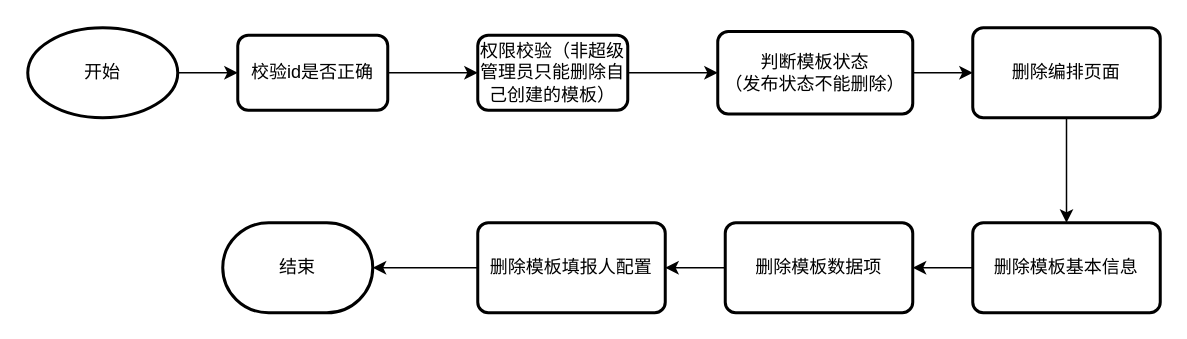
Earlier version of the draw.io diagram 数据填报-删除模板.drawio (weiqingping/dw). Source tidied: cells renumbered, new cells numbered last; positions are measured from the earlier drawing's top-left corner, leaving out a move shared by most shapes. Both pictures are drawn from the tidied source at 150%, with x=0, y=0 at pixel (27, 27).
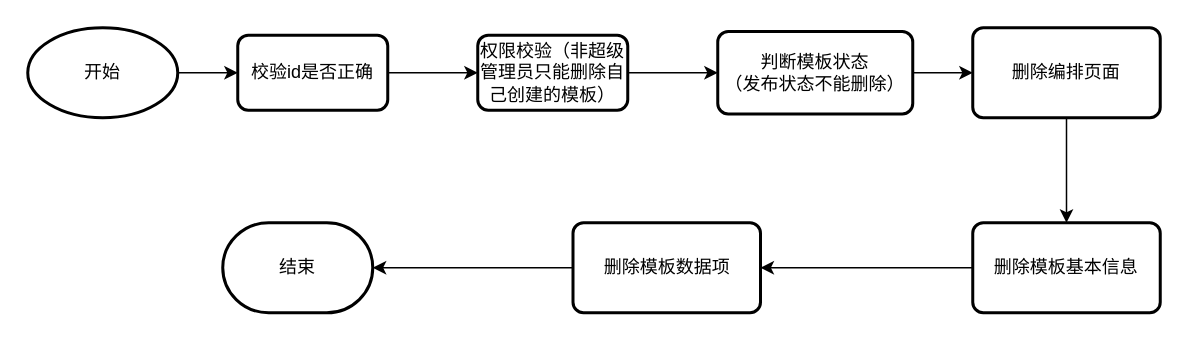
The same diagram, later.

Commit message:
更新数据填报-删除模板.drawio

Diff of the diagram source:
```diff
@@
 <mxGraphModel>
   <root>
     <mxCell id="0" />
     <mxCell id="1" parent="0" />
     <mxCell id="2" style="edgeStyle=orthogonalEdgeStyle;rounded=0;jettySize=auto;html=1;" parent="1" edge="1" source="3" target="5">
       <mxGeometry relative="1" as="geometry" />
     </mxCell>
     <mxCell id="3" value="开始" style="strokeWidth=2;html=1;shape=mxgraph.flowchart.start_1;whiteSpace=wrap;" parent="1" vertex="1">
       <mxGeometry width="100" height="60" as="geometry" />
     </mxCell>
     <mxCell id="4" style="edgeStyle=orthogonalEdgeStyle;rounded=0;jettySize=auto;html=1;" parent="1" edge="1" source="5" target="7">
       <mxGeometry relative="1" as="geometry" />
     </mxCell>
     <mxCell id="5" value="校验id是否正确" style="rounded=1;whiteSpace=wrap;html=1;absoluteArcSize=1;arcSize=14;strokeWidth=2;" parent="1" vertex="1">
       <mxGeometry x="140" y="5" width="100" height="50" as="geometry" />
     </mxCell>
     <mxCell id="6" style="edgeStyle=orthogonalEdgeStyle;rounded=0;jettySize=auto;html=1;" parent="1" edge="1" source="7" target="9">
       <mxGeometry relative="1" as="geometry" />
     </mxCell>
     <mxCell id="7" value="权限校验（非超级管理员只能删除自己创建的模板）" style="rounded=1;whiteSpace=wrap;html=1;absoluteArcSize=1;arcSize=14;strokeWidth=2;" parent="1" vertex="1">
       <mxGeometry x="300" y="5" width="100" height="50" as="geometry" />
     </mxCell>
     <mxCell id="8" style="edgeStyle=orthogonalEdgeStyle;rounded=0;jettySize=auto;html=1;" parent="1" edge="1" source="9" target="11">
       <mxGeometry relative="1" as="geometry" />
     </mxCell>
     <mxCell id="9" value="判断模板状态&lt;br&gt;（发布状态不能删除）" style="rounded=1;whiteSpace=wrap;html=1;absoluteArcSize=1;arcSize=14;strokeWidth=2;" parent="1" vertex="1">
       <mxGeometry x="460" y="2.5" width="130" height="55" as="geometry" />
     </mxCell>
     <mxCell id="10" style="edgeStyle=orthogonalEdgeStyle;rounded=0;jettySize=auto;html=1;" parent="1" edge="1" source="11" target="13">
       <mxGeometry relative="1" as="geometry" />
     </mxCell>
     <mxCell id="11" value="删除编排页面" style="rounded=1;whiteSpace=wrap;html=1;absoluteArcSize=1;arcSize=14;strokeWidth=2;" parent="1" vertex="1">
       <mxGeometry x="630" width="125" height="60" as="geometry" />
     </mxCell>
     <mxCell id="12" style="edgeStyle=orthogonalEdgeStyle;rounded=0;jettySize=auto;html=1;" parent="1" edge="1" source="13" target="17">
       <mxGeometry relative="1" as="geometry" />
     </mxCell>
     <mxCell id="13" value="删除模板基本信息" style="rounded=1;whiteSpace=wrap;html=1;absoluteArcSize=1;arcSize=14;strokeWidth=2;" parent="1" vertex="1">
       <mxGeometry x="630" y="130" width="125" height="60" as="geometry" />
     </mxCell>
-    <mxCell id="14" style="edgeStyle=orthogonalEdgeStyle;rounded=0;jettySize=auto;html=1;" parent="1" edge="1" source="15" target="18">
-      <mxGeometry relative="1" as="geometry" />
-    </mxCell>
-    <mxCell id="15" value="删除模板填报人配置" style="rounded=1;whiteSpace=wrap;html=1;absoluteArcSize=1;arcSize=14;strokeWidth=2;" parent="1" vertex="1">
-      <mxGeometry x="300" y="130" width="125" height="60" as="geometry" />
-    </mxCell>
-    <mxCell id="16" style="edgeStyle=orthogonalEdgeStyle;rounded=0;jettySize=auto;html=1;" parent="1" edge="1" source="17" target="15">
-      <mxGeometry relative="1" as="geometry" />
-    </mxCell>
+    <mxCell id="19" style="edgeStyle=orthogonalEdgeStyle;rounded=0;jettySize=auto;html=1;" parent="1" edge="1" source="17" target="18">
+      <mxGeometry relative="1" as="geometry" />
+    </mxCell>
     <mxCell id="17" value="删除模板数据项" style="rounded=1;whiteSpace=wrap;html=1;absoluteArcSize=1;arcSize=14;strokeWidth=2;" parent="1" vertex="1">
-      <mxGeometry x="465" y="130" width="125" height="60" as="geometry" />
+      <mxGeometry x="363.5" y="130" width="125" height="60" as="geometry" />
     </mxCell>
     <mxCell id="18" value="结束" style="strokeWidth=2;html=1;shape=mxgraph.flowchart.terminator;whiteSpace=wrap;" parent="1" vertex="1">
       <mxGeometry x="130" y="130" width="100" height="60" as="geometry" />
     </mxCell>
   </root>
 </mxGraphModel>
```
